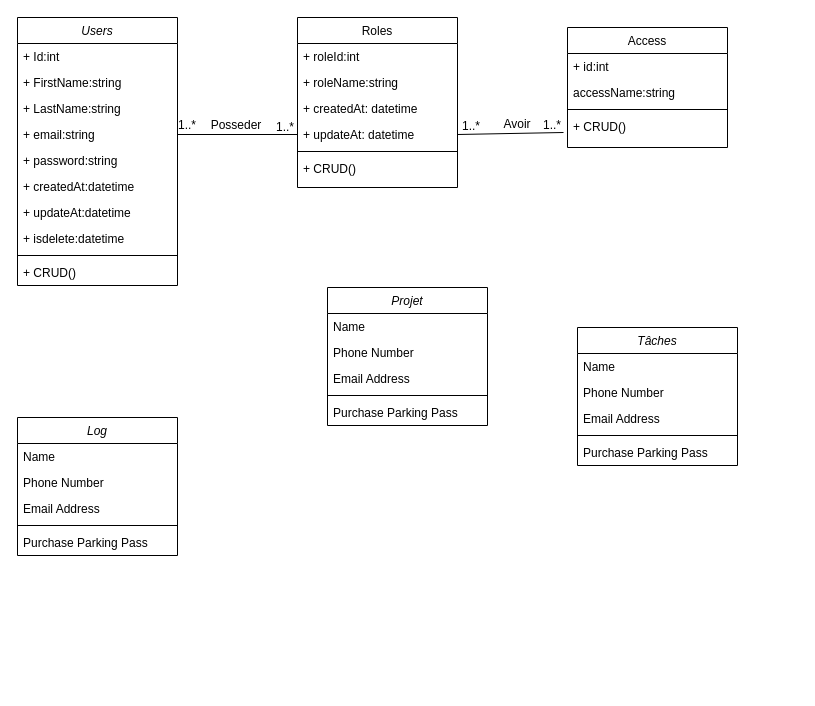
Earlier version of the draw.io diagram Diagramme sans nom.drawio (manuellaDouanla/symfonychat). Source tidied: cells renumbered, new cells numbered last; positions are measured from the earlier drawing's top-left corner, leaving out a move shared by most shapes. Both pictures are drawn from the tidied source at 100%, with x=0, y=0 at pixel (17, 17).
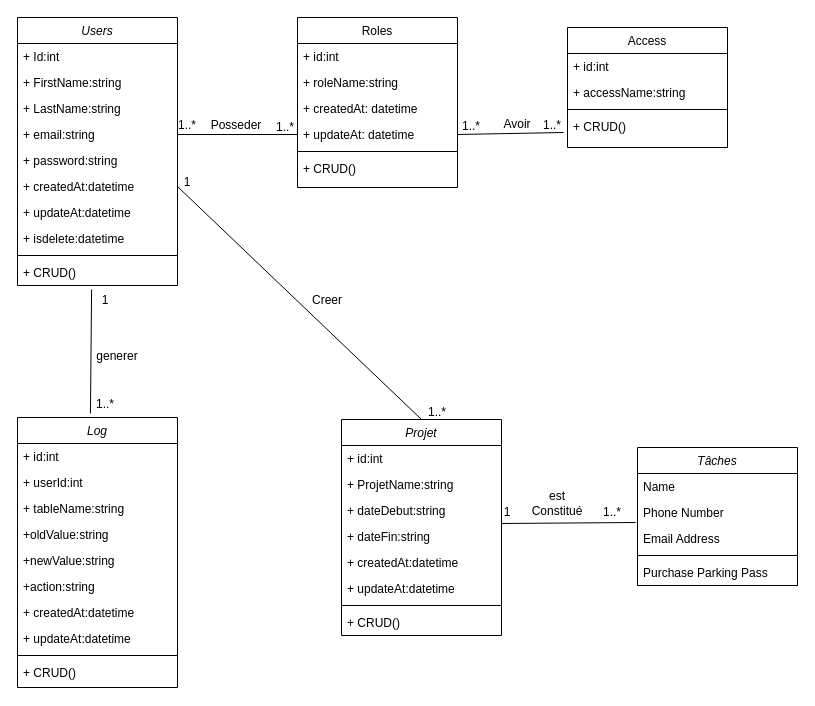
Above is the later version.

Commit message (it also covers changes not shown here):
Mettre à jour Diagramme sans nom.drawio

The change refers to these unchanged cells:
```xml
<mxCell id="8" value="+ createdAt:datetime" style="text;align=left;verticalAlign=top;spacingLeft=4;spacingRight=4;overflow=hidden;points=[[0,0.5],[1,0.5]];portConstraint=eastwest;rounded=0;shadow=0;html=0;" parent="2" vertex="1">
  <mxGeometry y="156" width="160" height="26" as="geometry" />
</mxCell>
<mxCell id="12" value="+ CRUD()" style="text;align=left;verticalAlign=top;spacingLeft=4;spacingRight=4;overflow=hidden;points=[[0,0.5],[1,0.5]];portConstraint=eastwest;" parent="2" vertex="1">
  <mxGeometry y="242" width="160" height="26" as="geometry" />
</mxCell>
<mxCell id="13" value="Roles" style="swimlane;fontStyle=0;align=center;verticalAlign=top;horizontal=1;startSize=26;rounded=0;shadow=0;strokeWidth=1;" parent="1" vertex="1">
  <mxGeometry x="280" width="160" height="170" as="geometry" />
</mxCell>
<mxCell id="20" value="Access" style="swimlane;fontStyle=0;align=center;verticalAlign=top;horizontal=1;startSize=26;rounded=0;shadow=0;strokeWidth=1;" parent="1" vertex="1">
  <mxGeometry x="550" y="10" width="160" height="120" as="geometry" />
</mxCell>
<mxCell id="39" value="Phone Number" style="text;align=left;verticalAlign=top;spacingLeft=4;spacingRight=4;overflow=hidden;points=[[0,0.5],[1,0.5]];portConstraint=eastwest;rounded=0;shadow=0;html=0;" parent="37" vertex="1">
  <mxGeometry y="52" width="160" height="26" as="geometry" />
</mxCell>
```

What changed in the source:
```diff
@@
-    <mxCell id="14" value="+ roleId:int" style="text;align=left;verticalAlign=top;spacingLeft=4;spacingRight=4;overflow=hidden;" parent="13" vertex="1">
+    <mxCell id="14" value="+ id:int" style="text;align=left;verticalAlign=top;spacingLeft=4;spacingRight=4;overflow=hidden;" parent="13" vertex="1">
       <mxGeometry y="26" width="160" height="26" as="geometry" />
     </mxCell>
@@
-    <mxCell id="22" value="accessName:string" style="text;align=left;verticalAlign=top;spacingLeft=4;spacingRight=4;overflow=hidden;rounded=0;shadow=0;html=0;" parent="20" vertex="1">
+    <mxCell id="22" value="+ accessName:string" style="text;align=left;verticalAlign=top;spacingLeft=4;spacingRight=4;overflow=hidden;rounded=0;shadow=0;html=0;" parent="20" vertex="1">
       <mxGeometry y="52" width="160" height="26" as="geometry" />
     </mxCell>
@@
     <mxCell id="25" value="Log&#10;" style="swimlane;fontStyle=2;align=center;verticalAlign=top;horizontal=1;startSize=26;rounded=0;shadow=0;strokeWidth=1;" parent="1" vertex="1">
-      <mxGeometry y="400" width="160" height="138" as="geometry" />
+      <mxGeometry y="400" width="160" height="270" as="geometry" />
     </mxCell>
-    <mxCell id="26" value="Name" style="text;align=left;verticalAlign=top;spacingLeft=4;spacingRight=4;overflow=hidden;" parent="25" vertex="1">
+    <mxCell id="26" value="+ id:int" style="text;align=left;verticalAlign=top;spacingLeft=4;spacingRight=4;overflow=hidden;" parent="25" vertex="1">
       <mxGeometry y="26" width="160" height="26" as="geometry" />
     </mxCell>
-    <mxCell id="27" value="Phone Number" style="text;align=left;verticalAlign=top;spacingLeft=4;spacingRight=4;overflow=hidden;rounded=0;shadow=0;html=0;" parent="25" vertex="1">
+    <mxCell id="27" value="+ userId:int" style="text;align=left;verticalAlign=top;spacingLeft=4;spacingRight=4;overflow=hidden;rounded=0;shadow=0;html=0;" parent="25" vertex="1">
       <mxGeometry y="52" width="160" height="26" as="geometry" />
     </mxCell>
+    <mxCell id="51" value="+ tableName:string" style="text;align=left;verticalAlign=top;spacingLeft=4;spacingRight=4;overflow=hidden;rounded=0;shadow=0;html=0;" parent="25" vertex="1">
+      <mxGeometry y="78" width="160" height="26" as="geometry" />
+    </mxCell>
+    <mxCell id="52" value="+oldValue:string" style="text;align=left;verticalAlign=top;spacingLeft=4;spacingRight=4;overflow=hidden;rounded=0;shadow=0;html=0;" parent="25" vertex="1">
+      <mxGeometry y="104" width="160" height="26" as="geometry" />
+    </mxCell>
+    <mxCell id="53" value="+newValue:string" style="text;align=left;verticalAlign=top;spacingLeft=4;spacingRight=4;overflow=hidden;rounded=0;shadow=0;html=0;" parent="25" vertex="1">
+      <mxGeometry y="130" width="160" height="26" as="geometry" />
+    </mxCell>
-    <mxCell id="28" value="Email Address" style="text;align=left;verticalAlign=top;spacingLeft=4;spacingRight=4;overflow=hidden;rounded=0;shadow=0;html=0;" parent="25" vertex="1">
-      <mxGeometry y="78" width="160" height="26" as="geometry" />
+    <mxCell id="28" value="+action:string" style="text;align=left;verticalAlign=top;spacingLeft=4;spacingRight=4;overflow=hidden;rounded=0;shadow=0;html=0;" parent="25" vertex="1">
+      <mxGeometry y="156" width="160" height="26" as="geometry" />
     </mxCell>
+    <mxCell id="54" value="+ createdAt:datetime" style="text;align=left;verticalAlign=top;spacingLeft=4;spacingRight=4;overflow=hidden;rounded=0;shadow=0;html=0;" parent="25" vertex="1">
+      <mxGeometry y="182" width="160" height="26" as="geometry" />
+    </mxCell>
+    <mxCell id="55" value="+ updateAt:datetime" style="text;align=left;verticalAlign=top;spacingLeft=4;spacingRight=4;overflow=hidden;rounded=0;shadow=0;html=0;" parent="25" vertex="1">
+      <mxGeometry y="208" width="160" height="26" as="geometry" />
+    </mxCell>
     <mxCell id="29" style="line;html=1;strokeWidth=1;align=left;verticalAlign=middle;spacingTop=-1;spacingLeft=3;spacingRight=3;labelPosition=right;" parent="25" vertex="1">
-      <mxGeometry y="104" width="160" height="8" as="geometry" />
+      <mxGeometry y="234" width="160" height="8" as="geometry" />
     </mxCell>
-    <mxCell id="30" value="Purchase Parking Pass" style="text;align=left;verticalAlign=top;spacingLeft=4;spacingRight=4;overflow=hidden;" parent="25" vertex="1">
-      <mxGeometry y="112" width="160" height="26" as="geometry" />
-    </mxCell>
+    <mxCell id="56" value="+ CRUD()" style="text;align=left;verticalAlign=top;spacingLeft=4;spacingRight=4;overflow=hidden;" parent="25" vertex="1">
+      <mxGeometry y="242" width="160" height="26" as="geometry" />
+    </mxCell>
     <mxCell id="31" value="Projet" style="swimlane;fontStyle=2;align=center;verticalAlign=top;horizontal=1;startSize=26;rounded=0;shadow=0;strokeWidth=1;" parent="1" vertex="1">
-      <mxGeometry x="310" y="270" width="160" height="138" as="geometry" />
+      <mxGeometry x="324" y="402" width="160" height="216" as="geometry" />
     </mxCell>
-    <mxCell id="32" value="Name" style="text;align=left;verticalAlign=top;spacingLeft=4;spacingRight=4;overflow=hidden;" parent="31" vertex="1">
-      <mxGeometry y="26" width="160" height="26" as="geometry" />
-    </mxCell>
-    <mxCell id="33" value="Phone Number" style="text;align=left;verticalAlign=top;spacingLeft=4;spacingRight=4;overflow=hidden;rounded=0;shadow=0;html=0;" parent="31" vertex="1">
-      <mxGeometry y="52" width="160" height="26" as="geometry" />
+    <mxCell id="33" value="+ id:int" style="text;align=left;verticalAlign=top;spacingLeft=4;spacingRight=4;overflow=hidden;rounded=0;shadow=0;html=0;" parent="31" vertex="1">
+      <mxGeometry y="26" width="160" height="26" as="geometry" />
     </mxCell>
+    <mxCell id="57" value="+ ProjetName:string" style="text;align=left;verticalAlign=top;spacingLeft=4;spacingRight=4;overflow=hidden;rounded=0;shadow=0;html=0;" parent="31" vertex="1">
+      <mxGeometry y="52" width="160" height="26" as="geometry" />
+    </mxCell>
+    <mxCell id="58" value="+ dateDebut:string" style="text;align=left;verticalAlign=top;spacingLeft=4;spacingRight=4;overflow=hidden;rounded=0;shadow=0;html=0;" parent="31" vertex="1">
+      <mxGeometry y="78" width="160" height="26" as="geometry" />
+    </mxCell>
-    <mxCell id="34" value="Email Address" style="text;align=left;verticalAlign=top;spacingLeft=4;spacingRight=4;overflow=hidden;points=[[0,0.5],[1,0.5]];portConstraint=eastwest;rounded=0;shadow=0;html=0;" parent="31" vertex="1">
-      <mxGeometry y="78" width="160" height="26" as="geometry" />
+    <mxCell id="34" value="+ dateFin:string" style="text;align=left;verticalAlign=top;spacingLeft=4;spacingRight=4;overflow=hidden;points=[[0,0.5],[1,0.5]];portConstraint=eastwest;rounded=0;shadow=0;html=0;" parent="31" vertex="1">
+      <mxGeometry y="104" width="160" height="26" as="geometry" />
     </mxCell>
+    <mxCell id="59" value="+ createdAt:datetime" style="text;align=left;verticalAlign=top;spacingLeft=4;spacingRight=4;overflow=hidden;rounded=0;shadow=0;html=0;" parent="31" vertex="1">
+      <mxGeometry y="130" width="160" height="26" as="geometry" />
+    </mxCell>
+    <mxCell id="60" value="+ updateAt:datetime" style="text;align=left;verticalAlign=top;spacingLeft=4;spacingRight=4;overflow=hidden;rounded=0;shadow=0;html=0;" parent="31" vertex="1">
+      <mxGeometry y="156" width="160" height="26" as="geometry" />
+    </mxCell>
     <mxCell id="35" style="line;html=1;strokeWidth=1;align=left;verticalAlign=middle;spacingTop=-1;spacingLeft=3;spacingRight=3;labelPosition=right;" parent="31" vertex="1">
-      <mxGeometry y="104" width="160" height="8" as="geometry" />
+      <mxGeometry y="182" width="160" height="8" as="geometry" />
     </mxCell>
-    <mxCell id="36" value="Purchase Parking Pass" style="text;align=left;verticalAlign=top;spacingLeft=4;spacingRight=4;overflow=hidden;" parent="31" vertex="1">
-      <mxGeometry y="112" width="160" height="26" as="geometry" />
-    </mxCell>
+    <mxCell id="61" value="+ CRUD()" style="text;align=left;verticalAlign=top;spacingLeft=4;spacingRight=4;overflow=hidden;" parent="31" vertex="1">
+      <mxGeometry y="190" width="160" height="26" as="geometry" />
+    </mxCell>
     <mxCell id="37" value="Tâches" style="swimlane;fontStyle=2;align=center;verticalAlign=top;horizontal=1;startSize=26;rounded=0;shadow=0;strokeWidth=1;" parent="1" vertex="1">
-      <mxGeometry x="560" y="310" width="160" height="138" as="geometry" />
+      <mxGeometry x="620" y="430" width="160" height="138" as="geometry" />
     </mxCell>
@@
+    <mxCell id="62" style="endArrow=none;html=1;rounded=0;entryX=0.463;entryY=1.154;entryDx=0;entryDy=0;entryPerimeter=0;exitX=0.456;exitY=-0.015;exitDx=0;exitDy=0;exitPerimeter=0;" parent="1" edge="1" source="25" target="12">
+      <mxGeometry relative="1" as="geometry" />
+    </mxCell>
+    <mxCell id="63" value="1..*" style="text;html=1;align=center;verticalAlign=middle;whiteSpace=wrap;rounded=0;" parent="1" vertex="1">
+      <mxGeometry x="58" y="372" width="60" height="30" as="geometry" />
+    </mxCell>
+    <mxCell id="64" value="1" style="text;html=1;align=center;verticalAlign=middle;whiteSpace=wrap;rounded=0;" parent="1" vertex="1">
+      <mxGeometry x="58" y="268" width="60" height="30" as="geometry" />
+    </mxCell>
+    <mxCell id="65" value="generer" style="text;html=1;align=center;verticalAlign=middle;whiteSpace=wrap;rounded=0;" parent="1" vertex="1">
+      <mxGeometry x="70" y="324" width="60" height="30" as="geometry" />
+    </mxCell>
+    <mxCell id="66" style="endArrow=none;html=1;rounded=0;exitX=1;exitY=0.5;exitDx=0;exitDy=0;entryX=0.5;entryY=0;entryDx=0;entryDy=0;" parent="1" edge="1" source="8" target="31">
+      <mxGeometry relative="1" as="geometry" />
+    </mxCell>
+    <mxCell id="67" value="1" style="text;html=1;align=center;verticalAlign=middle;whiteSpace=wrap;rounded=0;" parent="1" vertex="1">
+      <mxGeometry x="140" y="150" width="60" height="30" as="geometry" />
+    </mxCell>
+    <mxCell id="68" value="1..*" style="text;html=1;align=center;verticalAlign=middle;whiteSpace=wrap;rounded=0;" parent="1" vertex="1">
+      <mxGeometry x="390" y="380" width="60" height="30" as="geometry" />
+    </mxCell>
+    <mxCell id="69" value="Creer" style="text;html=1;align=center;verticalAlign=middle;whiteSpace=wrap;rounded=0;" parent="1" vertex="1">
+      <mxGeometry x="280" y="268" width="60" height="30" as="geometry" />
+    </mxCell>
+    <mxCell id="70" style="endArrow=none;html=1;rounded=0;exitX=1;exitY=0;exitDx=0;exitDy=0;exitPerimeter=0;entryX=-0.012;entryY=0.885;entryDx=0;entryDy=0;entryPerimeter=0;" parent="1" edge="1" source="34" target="39">
+      <mxGeometry relative="1" as="geometry" />
+    </mxCell>
+    <mxCell id="71" value="1" style="text;html=1;align=center;verticalAlign=middle;whiteSpace=wrap;rounded=0;" parent="1" vertex="1">
+      <mxGeometry x="460" y="480" width="60" height="30" as="geometry" />
+    </mxCell>
+    <mxCell id="72" value="1..*" style="text;html=1;align=center;verticalAlign=middle;whiteSpace=wrap;rounded=0;" parent="1" vertex="1">
+      <mxGeometry x="565" y="480" width="60" height="30" as="geometry" />
+    </mxCell>
+    <mxCell id="73" value="est Constitué" style="text;html=1;align=center;verticalAlign=middle;whiteSpace=wrap;rounded=0;" parent="1" vertex="1">
+      <mxGeometry x="510" y="471" width="60" height="30" as="geometry" />
+    </mxCell>
```
